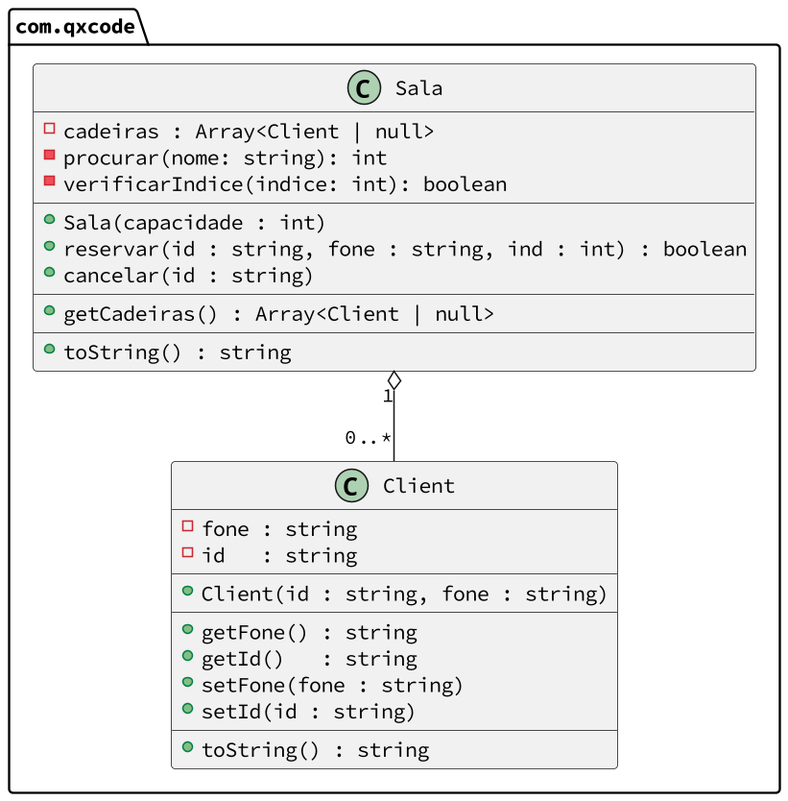
This is base/cinema/diagrama.png from qxcodepoo/arcade, a PlantUML export, as it was before one commit. The source it was exported from:
```plantuml
@startuml

skinparam defaultFontName Hasklig
skinparam dpi 150

package com.qxcode {
  class Client {
    - fone : string
    - id   : string
    __
    + Client(id : string, fone : string)
    __
    + getFone() : string
    + getId()   : string
    + setFone(fone : string)
    + setId(id : string)
    __
    + toString() : string
  }

  class Sala {
    - cadeiras : Array<Client | null>
    - procurar(nome: string): int
    - verificarIndice(indice: int): boolean
    __
    + Sala(capacidade : int)
    + reservar(id : string, fone : string, ind : int) : boolean
    + cancelar(id : string)
    __
    + getCadeiras() : Array<Client | null>
    __
    + toString() : string
  }
}
Sala "1" o-- "0..*" Client
@enduml
```
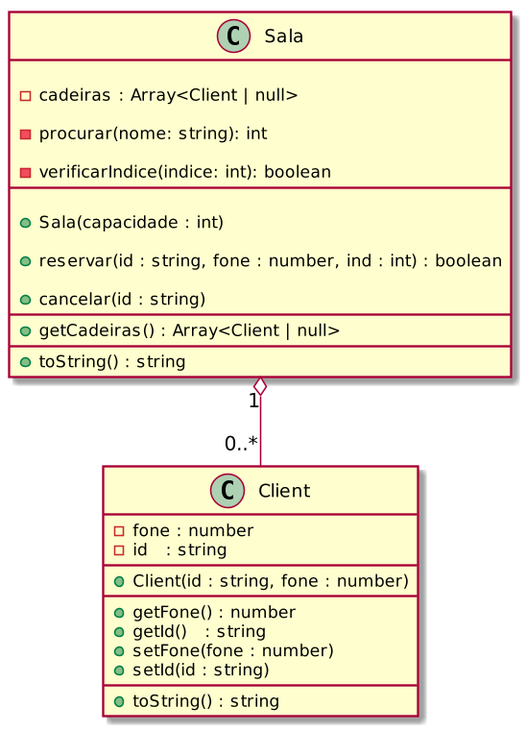
Later version of the same file.

What changed in the source:
```diff
@@ -3,34 +3,39 @@
 skinparam defaultFontName Hasklig
 skinparam dpi 150
 
-package com.qxcode {
-  class Client {
-    - fone : string
-    - id   : string
-    __
-    + Client(id : string, fone : string)
-    __
-    + getFone() : string
-    + getId()   : string
-    + setFone(fone : string)
-    + setId(id : string)
-    __
-    + toString() : string
-  }
+class Client {
+  - fone : number
+  - id   : string
+  __
+  + Client(id : string, fone : number)
+  __
+  + getFone() : number
+  + getId()   : string
+  + setFone(fone : number)
+  + setId(id : string)
+  __
+  + toString() : string
+}
 
-  class Sala {
-    - cadeiras : Array<Client | null>
-    - procurar(nome: string): int
-    - verificarIndice(indice: int): boolean
-    __
-    + Sala(capacidade : int)
-    + reservar(id : string, fone : string, ind : int) : boolean
-    + cancelar(id : string)
-    __
-    + getCadeiras() : Array<Client | null>
-    __
-    + toString() : string
-  }
+class Sala {
+
+  - cadeiras : Array<Client | null>
+
+  - procurar(nome: string): int
+
+  - verificarIndice(indice: int): boolean
+  __
+
+  + Sala(capacidade : int)
+
+  + reservar(id : string, fone : number, ind : int) : boolean
+
+  + cancelar(id : string)
+  __
+  + getCadeiras() : Array<Client | null>
+  __
+  + toString() : string
 }
+
 Sala "1" o-- "0..*" Client
 @enduml
```
